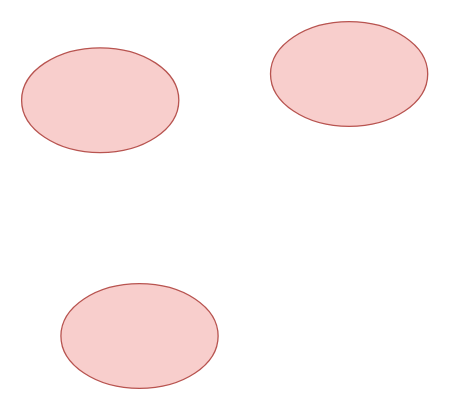
Before: page "Page-2" (2 of 2) of docs/assets/drawio/demo.drawio in ShaoOrg/bulletin, a draw.io diagram. Source tidied: cells renumbered, new cells numbered last; positions are measured from the earlier drawing's top-left corner, leaving out a move shared by most shapes. Both pictures are drawn from the tidied source at 131%, with x=0, y=0 at pixel (21, 21).
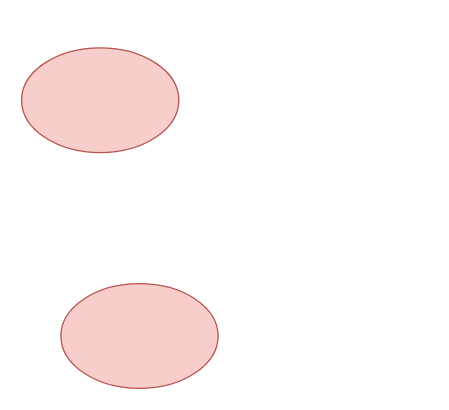
The same page after the edit.

Commit message:
commit by web api from cd1111630d9a

Change to the diagram source:
```diff
@@
 <mxGraphModel>
   <root>
     <mxCell id="0" />
     <mxCell id="1" parent="0" />
     <mxCell id="2" style="ellipse;whiteSpace=wrap;html=1;fillColor=#f8cecc;strokeColor=#b85450;" parent="1" vertex="1">
       <mxGeometry x="30" y="200" width="120" height="80" as="geometry" />
     </mxCell>
     <mxCell id="3" style="ellipse;whiteSpace=wrap;html=1;fillColor=#f8cecc;strokeColor=#b85450;" parent="1" vertex="1">
       <mxGeometry y="20" width="120" height="80" as="geometry" />
     </mxCell>
-    <mxCell id="4" style="ellipse;whiteSpace=wrap;html=1;fillColor=#f8cecc;strokeColor=#b85450;" parent="1" vertex="1">
-      <mxGeometry x="190" width="120" height="80" as="geometry" />
-    </mxCell>
   </root>
 </mxGraphModel>
```
